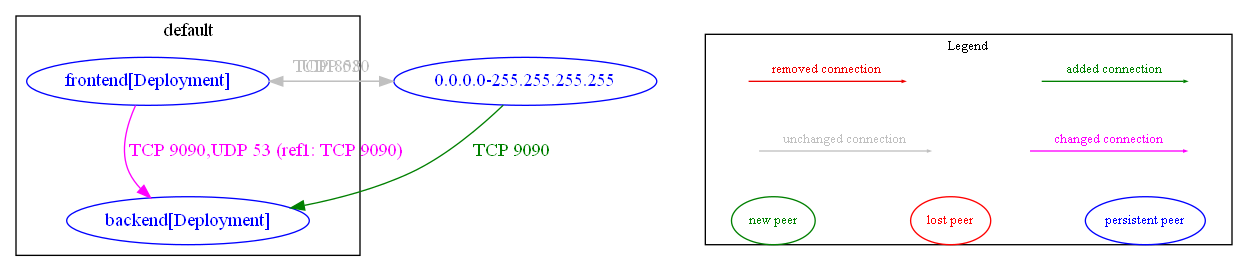
Before: test_outputs/diff/diff_between_netpol-diff-example-minimal_and_netpol-analysis-example-minimal.dot.png, a diagram exported from Graphviz (np-guard/netpol-analyzer). Its source is kept beside it as test_outputs/diff/diff_between_netpol-diff-example-minimal_and_netpol-analysis-example-minimal.dot.
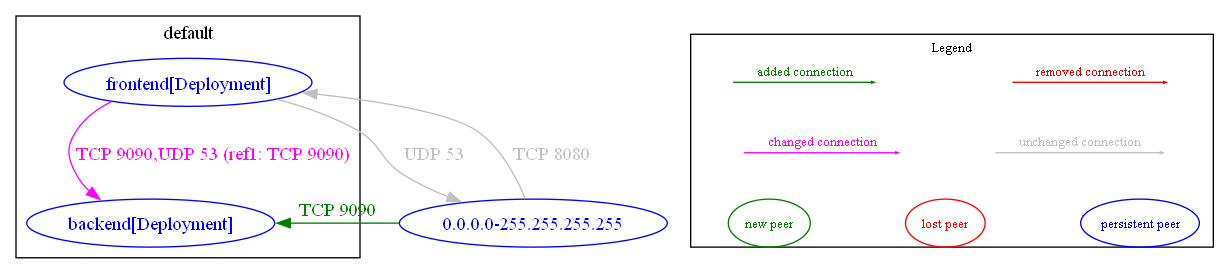
The same file after the commit.

The edit, as a diff of the source:
```diff
@@ -5,10 +5,10 @@
 		label="default"
 	}
 	"0.0.0.0-255.255.255.255" [label="0.0.0.0-255.255.255.255" color="blue" fontcolor="blue"]
-	"0.0.0.0-255.255.255.255" -> "default/backend[Deployment]" [label="TCP 9090" color="#008000" fontcolor="#008000"]
-	"0.0.0.0-255.255.255.255" -> "default/frontend[Deployment]" [label="TCP 8080" color="grey" fontcolor="grey"]
-	"default/frontend[Deployment]" -> "0.0.0.0-255.255.255.255" [label="UDP 53" color="grey" fontcolor="grey"]
-	"default/frontend[Deployment]" -> "default/backend[Deployment]" [label="TCP 9090,UDP 53 (ref1: TCP 9090)" color="magenta" fontcolor="magenta"]
+	"0.0.0.0-255.255.255.255" -> "default/backend[Deployment]" [label="TCP 9090" color="#008000" fontcolor="#008000" weight=0.5]
+	"0.0.0.0-255.255.255.255" -> "default/frontend[Deployment]" [label="TCP 8080" color="grey" fontcolor="grey" weight=0.5]
+	"default/frontend[Deployment]" -> "0.0.0.0-255.255.255.255" [label="UDP 53" color="grey" fontcolor="grey" weight=1]
+	"default/frontend[Deployment]" -> "default/backend[Deployment]" [label="TCP 9090,UDP 53 (ref1: TCP 9090)" color="magenta" fontcolor="magenta" weight=1]
 	nodesep=0.5
 	subgraph cluster_legend {
 		label="Legend"
```
